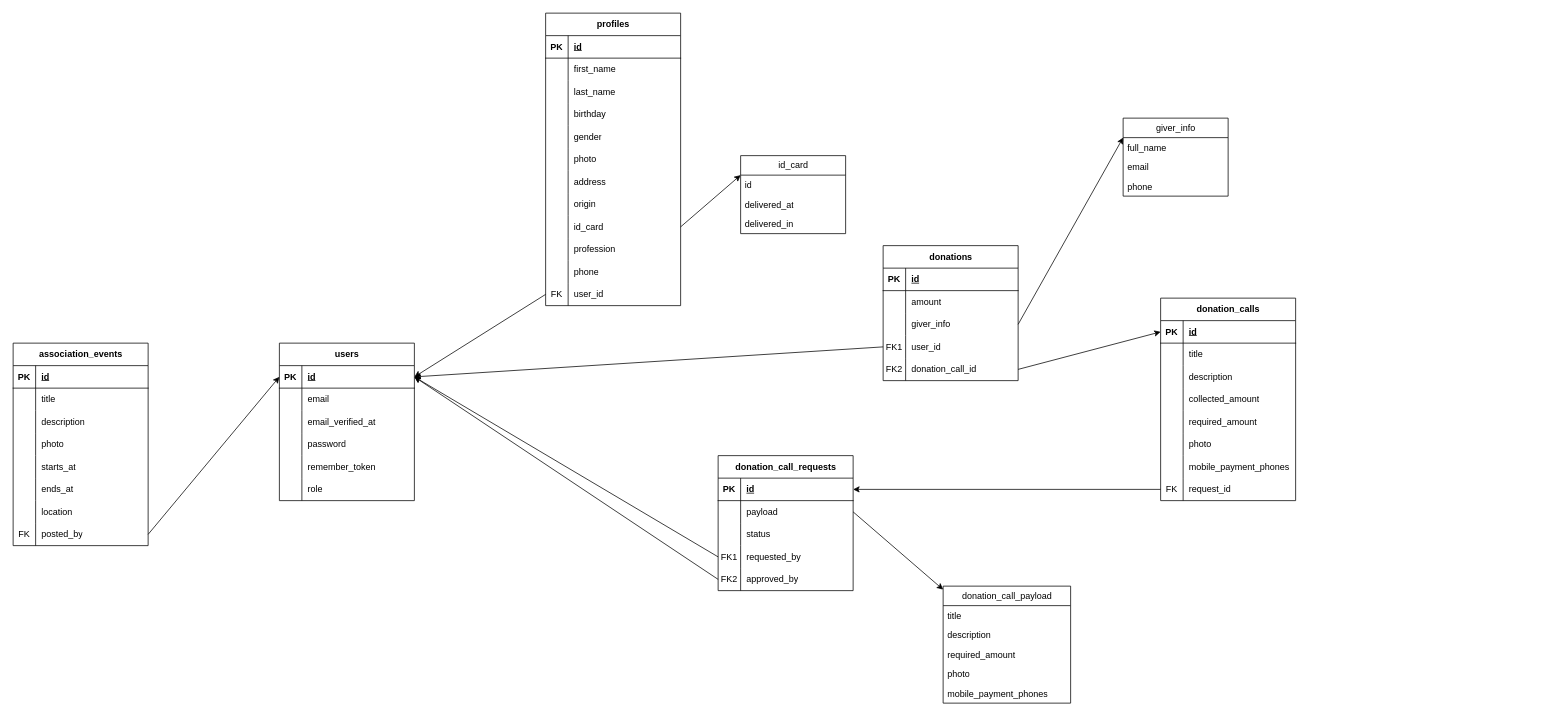
AmazingTool777/gestion-association-laravel-mysql keeps this draw.io diagram as page "Database" (1 of 2) of diagrams.drawio. Above is the earlier version. Source tidied: cells renumbered, new cells numbered last; positions are measured from the earlier drawing's top-left corner, leaving out a move shared by most shapes. Both pictures are drawn from the tidied source at 75%, with x=0, y=0 at pixel (13, 13).
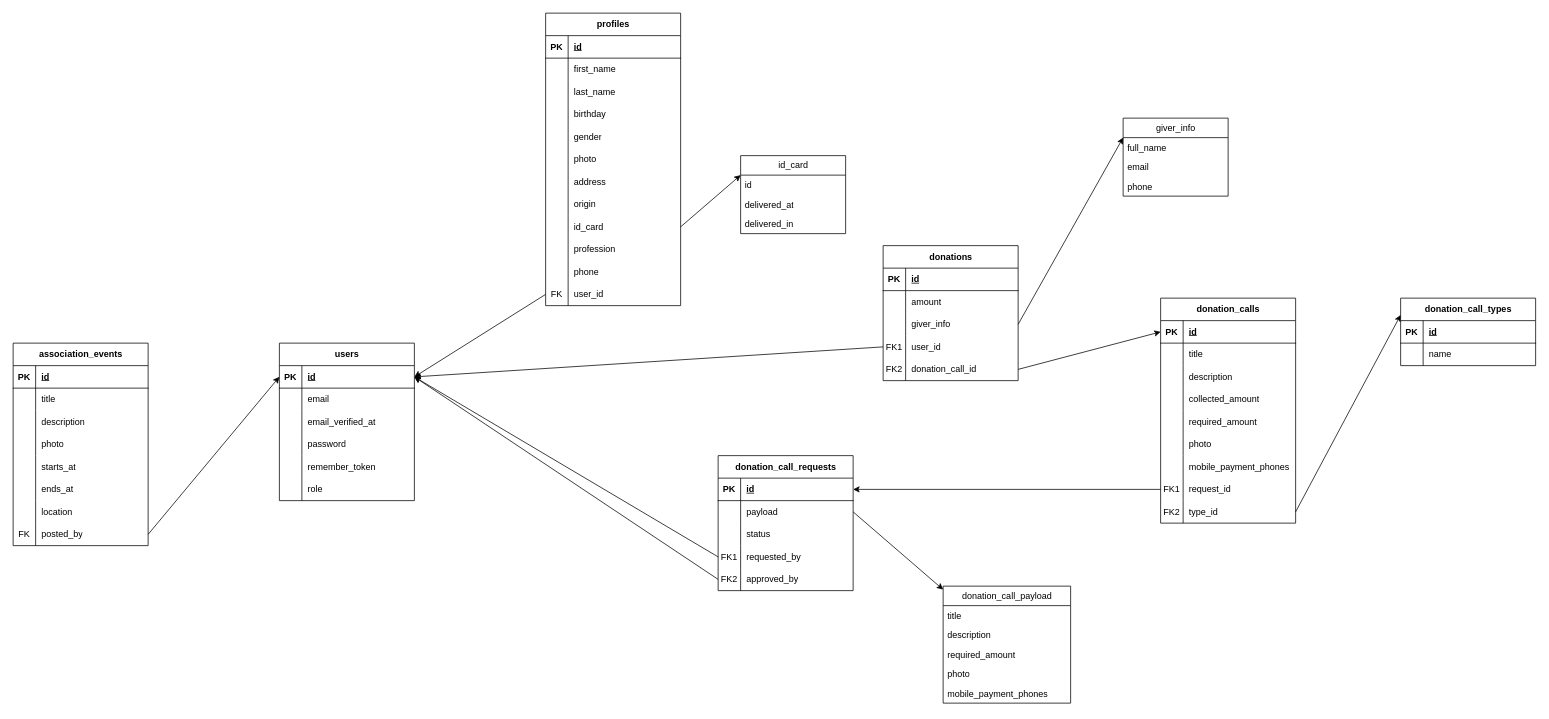
The same page after the edit.

Commit message (it also covers changes not shown here):
Donation call types table diagram

Unchanged cells that the change refers to:
```xml
<mxCell id="81" style="shape=tableRow;horizontal=0;startSize=0;swimlaneHead=0;swimlaneBody=0;fillColor=none;points=[[0,0.5],[1,0.5]];portConstraint=eastwest;top=0;left=0;right=0;bottom=0;" parent="59" vertex="1">
  <mxGeometry y="240" width="180" height="30" as="geometry" />
</mxCell>
```

Change to the diagram source:
```diff
@@
     <mxCell id="59" value="donation_calls" style="shape=table;startSize=30;childLayout=tableLayout;rowLines=0;fontStyle=1;align=center;html=1;" parent="1" vertex="1">
-      <mxGeometry x="1530" y="380" width="180" height="270" as="geometry" />
+      <mxGeometry x="1530" y="380" width="180" height="300" as="geometry" />
     </mxCell>
@@
-    <mxCell id="82" value="FK" style="shape=partialRectangle;fillColor=none;top=0;left=0;bottom=0;right=0;overflow=hidden;whiteSpace=wrap;html=1;" parent="81" vertex="1">
+    <mxCell id="82" value="FK1" style="shape=partialRectangle;fillColor=none;top=0;left=0;bottom=0;right=0;overflow=hidden;whiteSpace=wrap;html=1;" parent="81" vertex="1">
       <mxGeometry width="30" height="30" as="geometry" />
     </mxCell>
@@
+    <mxCell id="164" style="shape=tableRow;horizontal=0;startSize=0;swimlaneHead=0;swimlaneBody=0;fillColor=none;points=[[0,0.5],[1,0.5]];portConstraint=eastwest;top=0;left=0;right=0;bottom=0;" parent="59" vertex="1">
+      <mxGeometry y="270" width="180" height="30" as="geometry" />
+    </mxCell>
+    <mxCell id="165" value="FK2" style="shape=partialRectangle;fillColor=none;top=0;left=0;bottom=0;right=0;overflow=hidden;whiteSpace=wrap;html=1;" parent="164" vertex="1">
+      <mxGeometry width="30" height="30" as="geometry" />
+    </mxCell>
+    <mxCell id="166" value="type_id" style="shape=partialRectangle;fillColor=none;top=0;left=0;bottom=0;right=0;align=left;spacingLeft=6;overflow=hidden;whiteSpace=wrap;html=1;" parent="164" vertex="1">
+      <mxGeometry x="30" width="150" height="30" as="geometry" />
+    </mxCell>
@@
+    <mxCell id="167" value="donation_call_types" style="shape=table;startSize=30;childLayout=tableLayout;rowLines=0;fontStyle=1;align=center;html=1;" parent="1" vertex="1">
+      <mxGeometry x="1850" y="380" width="180" height="90" as="geometry" />
+    </mxCell>
+    <mxCell id="168" style="shape=tableRow;horizontal=0;startSize=0;swimlaneHead=0;swimlaneBody=0;fillColor=none;top=0;left=0;right=0;bottom=1;" parent="167" vertex="1">
+      <mxGeometry y="30" width="180" height="30" as="geometry" />
+    </mxCell>
+    <mxCell id="169" value="PK" style="shape=partialRectangle;fillColor=none;top=0;left=0;bottom=0;right=0;fontStyle=1;overflow=hidden;whiteSpace=wrap;html=1;" parent="168" vertex="1">
+      <mxGeometry width="30" height="30" as="geometry" />
+    </mxCell>
+    <mxCell id="170" value="id" style="shape=partialRectangle;fillColor=none;top=0;left=0;bottom=0;right=0;align=left;spacingLeft=6;fontStyle=5;overflow=hidden;whiteSpace=wrap;html=1;" parent="168" vertex="1">
+      <mxGeometry x="30" width="150" height="30" as="geometry" />
+    </mxCell>
+    <mxCell id="171" style="shape=tableRow;horizontal=0;startSize=0;swimlaneHead=0;swimlaneBody=0;fillColor=none;top=0;left=0;right=0;bottom=0;" parent="167" vertex="1">
+      <mxGeometry y="60" width="180" height="30" as="geometry" />
+    </mxCell>
+    <mxCell id="172" style="shape=partialRectangle;fillColor=none;top=0;left=0;bottom=0;right=0;overflow=hidden;whiteSpace=wrap;html=1;" parent="171" vertex="1">
+      <mxGeometry width="30" height="30" as="geometry" />
+    </mxCell>
+    <mxCell id="173" value="name" style="shape=partialRectangle;fillColor=none;top=0;left=0;bottom=0;right=0;align=left;spacingLeft=6;overflow=hidden;whiteSpace=wrap;html=1;" parent="171" vertex="1">
+      <mxGeometry x="30" width="150" height="30" as="geometry" />
+    </mxCell>
+    <mxCell id="174" style="edgeStyle=none;html=1;entryX=0;entryY=0.25;entryDx=0;entryDy=0;exitX=1;exitY=0.5;exitDx=0;exitDy=0;" parent="1" edge="1" source="164" target="167">
+      <mxGeometry relative="1" as="geometry" />
+    </mxCell>
```
